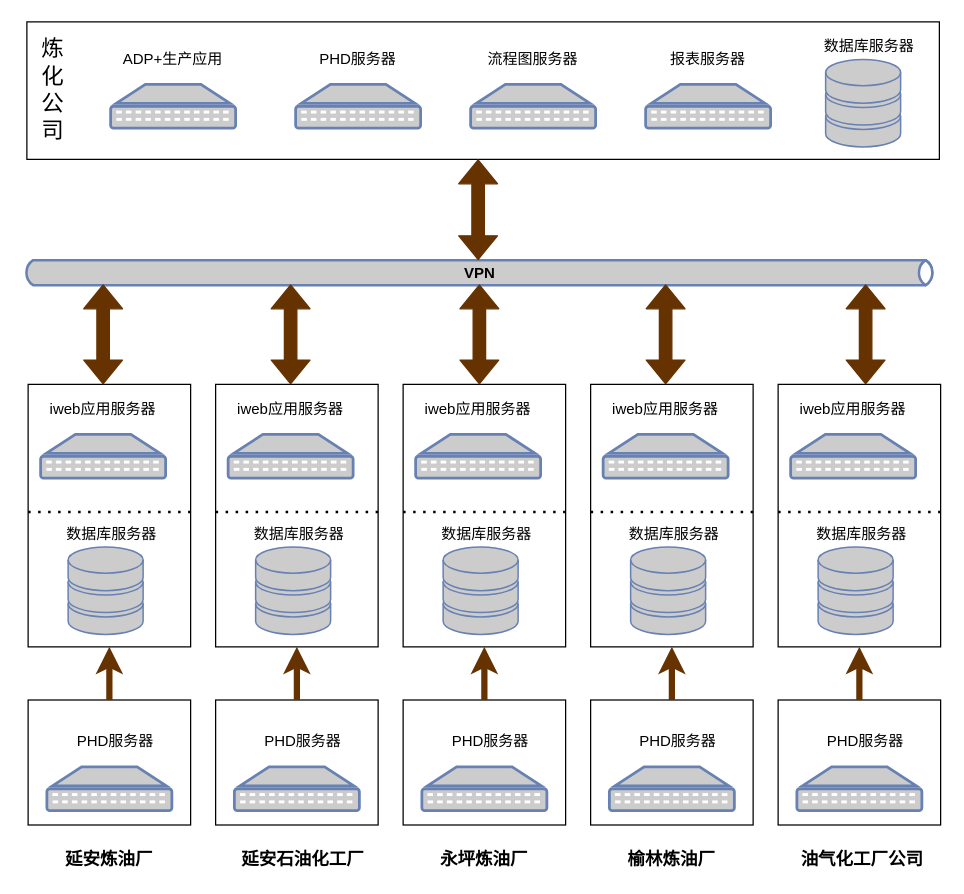
This is supfusion/延长石油/延长石油炼化公司.drawio from publisherfk/diagrams, a draw.io file, before an edit. Source tidied: cells renumbered, new cells numbered last; positions are measured from the earlier drawing's top-left corner, leaving out a move shared by most shapes. Both pictures are drawn from the tidied source at 125%, with x=0, y=0 at pixel (22, 21).
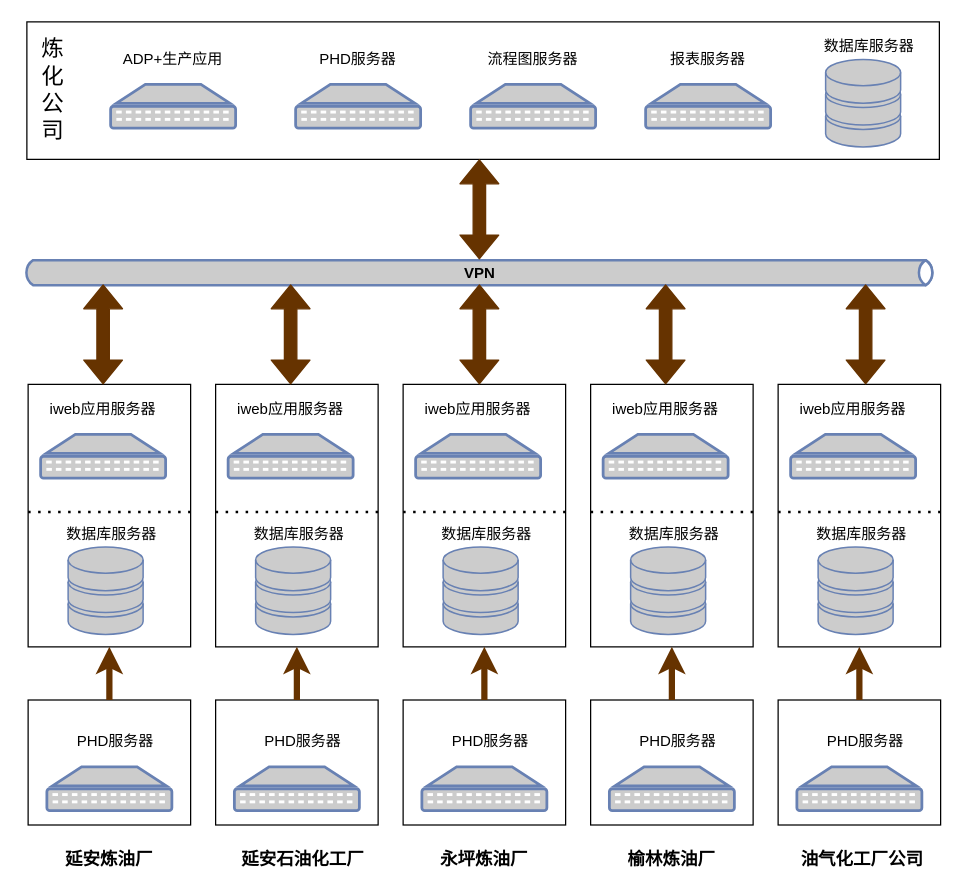
The same diagram, later.

Commit message:
Update 延长石油炼化公司.drawio

The edit, as a diff of the source:
```diff
@@
-    <mxCell id="16" style="shape=flexArrow;endArrow=classic;startArrow=classic;html=1;entryX=0.5;entryY=1;entryDx=0;entryDy=0;strokeColor=#663300;fillColor=#663300;" parent="1" edge="1">
-      <mxGeometry relative="1" as="geometry">
-        <mxPoint x="364" y="190.6" as="sourcePoint" />
-        <mxPoint x="364" y="110" as="targetPoint" />
-      </mxGeometry>
-    </mxCell>
@@
+    <mxCell id="91" style="shape=flexArrow;endArrow=classic;startArrow=classic;html=1;entryX=0.5;entryY=1;entryDx=0;entryDy=0;strokeColor=#663300;fillColor=#663300;" parent="1" edge="1">
+      <mxGeometry relative="1" as="geometry">
+        <mxPoint x="365" y="190" as="sourcePoint" />
+        <mxPoint x="365" y="110" as="targetPoint" />
+      </mxGeometry>
+    </mxCell>
```
